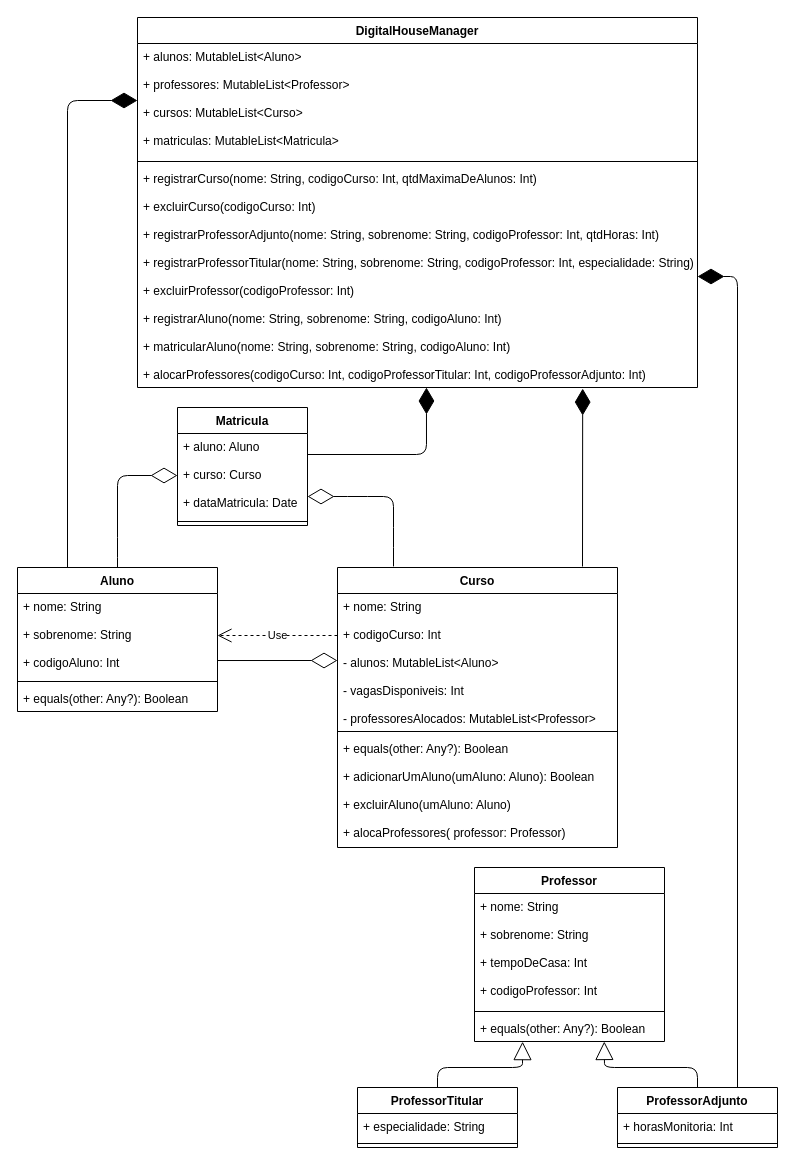
The draw.io diagram DesafioKotlin.drawio in artchier/desafio_kotlin, before the edit. Source tidied: cells renumbered, new cells numbered last; positions are measured from the earlier drawing's top-left corner, leaving out a move shared by most shapes. Both pictures are drawn from the tidied source at 100%, with x=0, y=0 at pixel (17, 17).
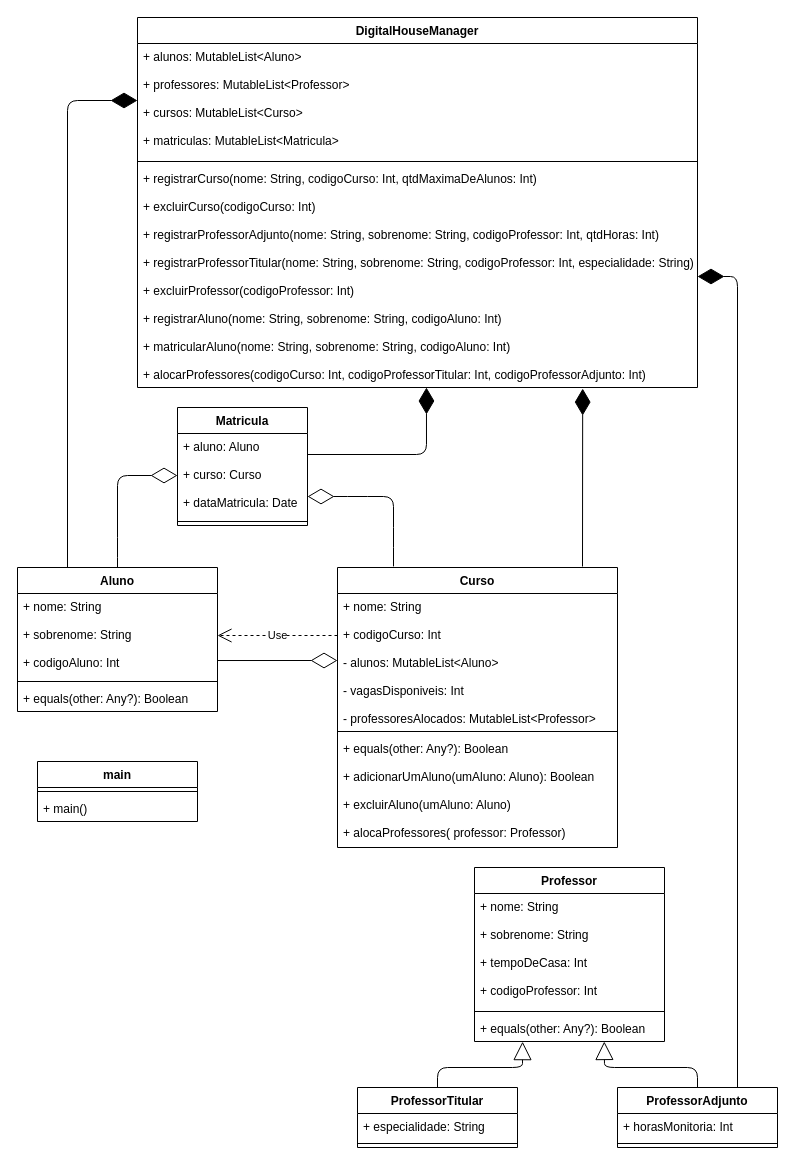
The same page after the edit.

Diff of the diagram source:
```diff
@@
+    <mxCell id="37" value="main" style="swimlane;fontStyle=1;align=center;verticalAlign=top;horizontal=1;startSize=26;" parent="1" vertex="1">
+      <mxGeometry x="20" y="744" width="160" height="60" as="geometry" />
+    </mxCell>
+    <mxCell id="38" style="line;strokeWidth=1;fillColor=none;align=left;verticalAlign=middle;spacingTop=-1;spacingLeft=3;spacingRight=3;labelPosition=right;" parent="37" vertex="1">
+      <mxGeometry y="26" width="160" height="8" as="geometry" />
+    </mxCell>
+    <mxCell id="39" value="+ main()" style="text;strokeColor=none;fillColor=none;align=left;verticalAlign=top;spacingLeft=4;spacingRight=4;overflow=hidden;" parent="37" vertex="1">
+      <mxGeometry y="34" width="160" height="26" as="geometry" />
+    </mxCell>
```
